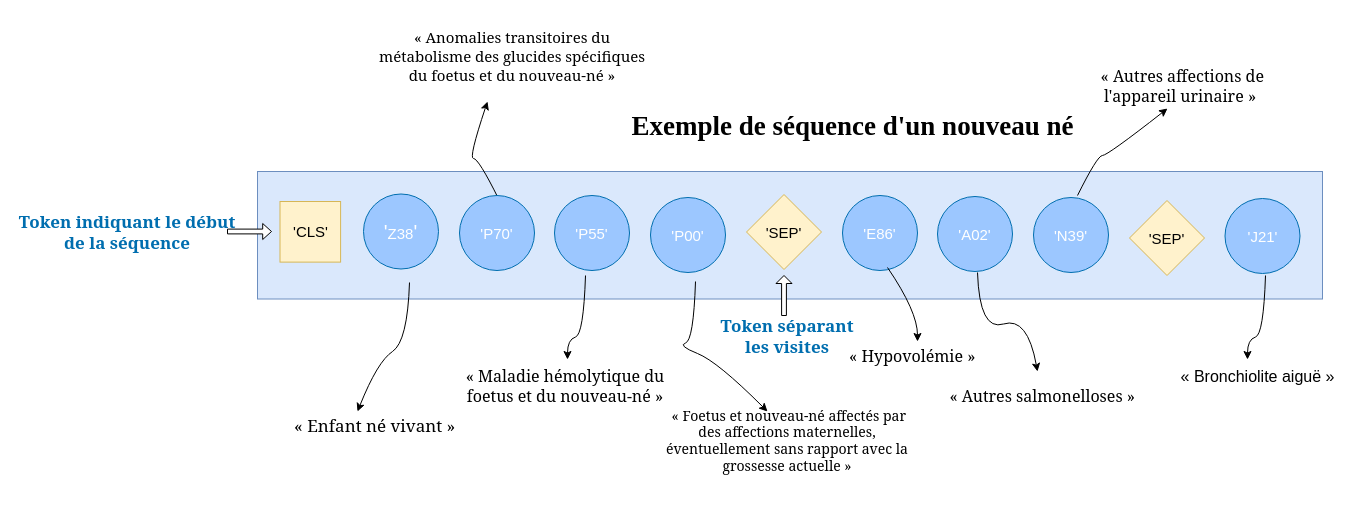
Before: ex_séquence.drawio in Basso42/BEHRT, a draw.io diagram. Source tidied: cells renumbered, new cells numbered last; positions are measured from the earlier drawing's top-left corner, leaving out a move shared by most shapes. Both pictures are drawn from the tidied source at 100%, with x=0, y=0 at pixel (17, 41).
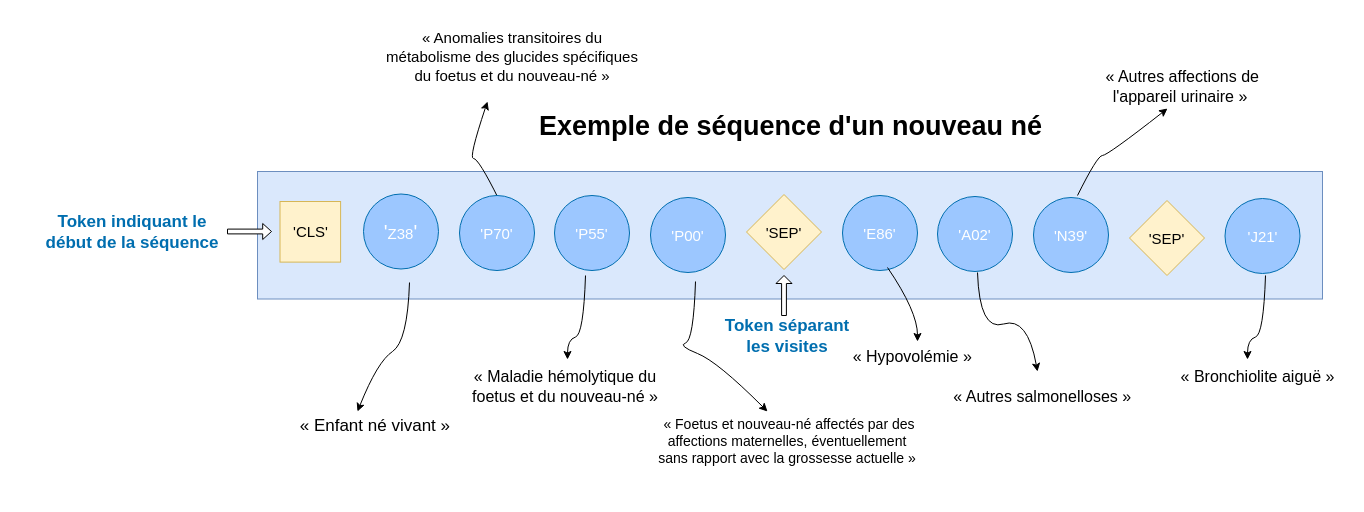
The same page after the edit.

Commit message:
Mettre à jour ex_séquence.drawio

Change to the diagram source:
```diff
@@
-    <mxCell id="3" value="&lt;div style=&quot;font-size: 27px;&quot;&gt;&lt;font style=&quot;font-size: 27px;&quot; face=&quot;Times New Roman&quot;&gt;&lt;b&gt;Exemple de séquence d'un nouveau né&lt;/b&gt;&lt;/font&gt;&lt;/div&gt;" style="text;html=1;align=center;verticalAlign=middle;strokeColor=none;fillColor=none;fontSize=26;fontFamily=Garamond;" parent="1" vertex="1">
-      <mxGeometry x="600" y="60" width="470" height="50" as="geometry" />
+    <mxCell id="3" value="&lt;div style=&quot;font-size: 27px;&quot;&gt;&lt;font face=&quot;Helvetica&quot; style=&quot;font-size: 27px;&quot;&gt;&lt;b&gt;Exemple de séquence d'un nouveau né&lt;/b&gt;&lt;/font&gt;&lt;/div&gt;" style="text;html=1;align=center;verticalAlign=middle;strokeColor=none;fillColor=none;fontSize=26;fontFamily=Garamond;" parent="1" vertex="1">
+      <mxGeometry x="508" y="60" width="530" height="50" as="geometry" />
     </mxCell>
@@
-    <mxCell id="5" value="&lt;font face=&quot;Georgia&quot; style=&quot;font-size: 17px;&quot;&gt;&amp;nbsp;« Enfant né vivant »&lt;br&gt;&lt;/font&gt;" style="text;html=1;align=center;verticalAlign=middle;strokeColor=none;fillColor=none;" parent="1" vertex="1">
+    <mxCell id="5" value="&lt;font style=&quot;font-size: 17px;&quot;&gt;&amp;nbsp;« Enfant né vivant »&lt;/font&gt;&lt;font style=&quot;font-size: 17px;&quot;&gt;&lt;br&gt;&lt;/font&gt;" style="text;html=1;align=center;verticalAlign=middle;strokeColor=none;fillColor=none;" parent="1" vertex="1">
       <mxGeometry x="265" y="370" width="180" height="30" as="geometry" />
     </mxCell>
-    <mxCell id="6" value="&lt;h1 style=&quot;font-size: 16px;&quot;&gt;&lt;font face=&quot;Georgia&quot; style=&quot;font-size: 15px;&quot;&gt;&lt;span style=&quot;font-weight: normal;&quot;&gt;« Anomalies transitoires du métabolisme des glucides spécifiques du foetus et du nouveau-né »&lt;br&gt;&lt;/span&gt;&lt;/font&gt;&lt;/h1&gt;" style="text;html=1;strokeColor=none;fillColor=none;align=center;verticalAlign=middle;whiteSpace=wrap;rounded=0;fontSize=15;" parent="1" vertex="1">
+    <mxCell id="6" value="&lt;h1 style=&quot;font-size: 16px;&quot;&gt;&lt;font style=&quot;font-size: 15px;&quot;&gt;&lt;span style=&quot;font-weight: normal;&quot;&gt;« Anomalies transitoires du métabolisme des glucides spécifiques du foetus et du nouveau-né »&lt;br&gt;&lt;/span&gt;&lt;/font&gt;&lt;/h1&gt;" style="text;html=1;strokeColor=none;fillColor=none;align=center;verticalAlign=middle;whiteSpace=wrap;rounded=0;fontSize=15;" parent="1" vertex="1">
       <mxGeometry x="360" width="270" height="30" as="geometry" />
     </mxCell>
-    <mxCell id="7" value="&lt;h1 style=&quot;font-size: 16px;&quot;&gt;&lt;font face=&quot;Georgia&quot; style=&quot;font-size: 16px;&quot;&gt;&lt;span style=&quot;&quot;&gt;&lt;span style=&quot;font-weight: normal;&quot;&gt;« Maladie hémolytique du foetus et du nouveau-né »&lt;/span&gt;&lt;/span&gt;&lt;font style=&quot;font-size: 15px;&quot;&gt;&lt;br&gt;&lt;/font&gt;&lt;/font&gt;&lt;/h1&gt;" style="text;html=1;strokeColor=none;fillColor=none;align=center;verticalAlign=middle;whiteSpace=wrap;rounded=0;fontSize=15;" parent="1" vertex="1">
+    <mxCell id="7" value="&lt;h1 style=&quot;font-size: 16px;&quot;&gt;&lt;font style=&quot;font-size: 16px;&quot;&gt;&lt;span style=&quot;&quot;&gt;&lt;span style=&quot;font-weight: normal;&quot;&gt;« Maladie hémolytique du foetus et du nouveau-né »&lt;/span&gt;&lt;/span&gt;&lt;font style=&quot;font-size: 15px;&quot;&gt;&lt;br&gt;&lt;/font&gt;&lt;/font&gt;&lt;/h1&gt;" style="text;html=1;strokeColor=none;fillColor=none;align=center;verticalAlign=middle;whiteSpace=wrap;rounded=0;fontSize=15;" parent="1" vertex="1">
       <mxGeometry x="445" y="330" width="206" height="30" as="geometry" />
     </mxCell>
@@
-    <mxCell id="11" value="&lt;h1 style=&quot;font-size: 14px;&quot;&gt;&lt;font style=&quot;font-size: 14px;&quot; face=&quot;Georgia&quot;&gt;&amp;nbsp;&lt;font style=&quot;font-size: 14px;&quot;&gt;&lt;span style=&quot;font-weight: normal;&quot;&gt;« Foetus et nouveau-né affectés par des affections maternelles, éventuellement sans rapport avec la grossesse actuelle »&lt;br&gt;&lt;/span&gt;&lt;/font&gt;&lt;/font&gt;&lt;/h1&gt;&lt;h1 style=&quot;&quot;&gt;&lt;font face=&quot;Georgia&quot; style=&quot;font-size: 15px;&quot;&gt;&lt;font style=&quot;font-size: 15px;&quot;&gt;&lt;/font&gt;&lt;/font&gt;&lt;/h1&gt;" style="text;html=1;strokeColor=none;fillColor=none;align=center;verticalAlign=middle;whiteSpace=wrap;rounded=0;fontSize=15;" parent="1" vertex="1">
+    <mxCell id="11" value="&lt;h1 style=&quot;font-size: 14px;&quot;&gt;&lt;font style=&quot;font-size: 14px;&quot;&gt;&amp;nbsp;&lt;font style=&quot;font-size: 14px;&quot;&gt;&lt;span style=&quot;font-weight: normal;&quot;&gt;« Foetus et nouveau-né affectés par des affections maternelles, éventuellement sans rapport avec la grossesse actuelle »&lt;br&gt;&lt;/span&gt;&lt;/font&gt;&lt;/font&gt;&lt;/h1&gt;&lt;h1 style=&quot;&quot;&gt;&lt;font style=&quot;font-size: 15px;&quot;&gt;&lt;font style=&quot;font-size: 15px;&quot;&gt;&lt;/font&gt;&lt;/font&gt;&lt;/h1&gt;" style="text;html=1;strokeColor=none;fillColor=none;align=center;verticalAlign=middle;whiteSpace=wrap;rounded=0;fontSize=15;" parent="1" vertex="1">
       <mxGeometry x="640" y="390" width="260" height="30" as="geometry" />
     </mxCell>
-    <mxCell id="12" value="&lt;font size=&quot;1&quot; color=&quot;#006eaf&quot; face=&quot;Georgia&quot;&gt;&lt;b&gt;&lt;font style=&quot;font-size: 17px;&quot;&gt;Token indiquant le début de la séquence&lt;/font&gt;&lt;/b&gt;&lt;/font&gt;" style="text;html=1;strokeColor=none;fillColor=none;align=center;verticalAlign=middle;whiteSpace=wrap;rounded=0;" parent="1" vertex="1">
-      <mxGeometry y="175.5" width="220" height="30" as="geometry" />
+    <mxCell id="12" value="&lt;font size=&quot;1&quot; color=&quot;#006eaf&quot;&gt;&lt;b&gt;&lt;font style=&quot;font-size: 17px;&quot;&gt;Token indiquant le début de la séquence&lt;/font&gt;&lt;/b&gt;&lt;/font&gt;" style="text;html=1;strokeColor=none;fillColor=none;align=center;verticalAlign=middle;whiteSpace=wrap;rounded=0;" parent="1" vertex="1">
+      <mxGeometry x="20" y="175.5" width="190" height="30" as="geometry" />
     </mxCell>
@@
-    <mxCell id="25" value="&lt;font size=&quot;1&quot; color=&quot;#006eaf&quot; face=&quot;Georgia&quot;&gt;&lt;b&gt;&lt;font style=&quot;font-size: 17px;&quot;&gt;Token séparant les visites&lt;br&gt;&lt;/font&gt;&lt;/b&gt;&lt;/font&gt;" style="text;html=1;strokeColor=none;fillColor=none;align=center;verticalAlign=middle;whiteSpace=wrap;rounded=0;" parent="1" vertex="1">
+    <mxCell id="25" value="&lt;font size=&quot;1&quot; color=&quot;#006eaf&quot;&gt;&lt;b&gt;&lt;font style=&quot;font-size: 17px;&quot;&gt;Token séparant les visites&lt;/font&gt;&lt;/b&gt;&lt;/font&gt;&lt;font size=&quot;1&quot; color=&quot;#006eaf&quot;&gt;&lt;b&gt;&lt;font style=&quot;font-size: 17px;&quot;&gt;&lt;br&gt;&lt;/font&gt;&lt;/b&gt;&lt;/font&gt;" style="text;html=1;strokeColor=none;fillColor=none;align=center;verticalAlign=middle;whiteSpace=wrap;rounded=0;" parent="1" vertex="1">
       <mxGeometry x="695" y="280" width="150" height="30" as="geometry" />
     </mxCell>
@@
-    <mxCell id="29" value="&lt;h1 style=&quot;font-size: 16px;&quot;&gt;&lt;font style=&quot;font-size: 16px;&quot;&gt;&amp;nbsp;&lt;font style=&quot;font-size: 16px;&quot; face=&quot;Georgia&quot;&gt;&lt;font style=&quot;font-size: 16px;&quot;&gt;&lt;span style=&quot;font-weight: normal;&quot;&gt;« Hypovolémie »&lt;/span&gt;&lt;br&gt;&lt;/font&gt;&lt;/font&gt;&lt;/font&gt;&lt;/h1&gt;" style="text;html=1;strokeColor=none;fillColor=none;align=center;verticalAlign=middle;whiteSpace=wrap;rounded=0;fontSize=15;" parent="1" vertex="1">
+    <mxCell id="29" value="&lt;h1 style=&quot;font-size: 16px;&quot;&gt;&lt;font style=&quot;font-size: 16px;&quot;&gt;&amp;nbsp;&lt;font style=&quot;font-size: 16px;&quot;&gt;&lt;font style=&quot;font-size: 16px;&quot;&gt;&lt;span style=&quot;font-weight: normal;&quot;&gt;« Hypovolémie »&lt;/span&gt;&lt;/font&gt;&lt;/font&gt;&lt;font style=&quot;font-size: 16px;&quot;&gt;&lt;font style=&quot;font-size: 16px;&quot;&gt;&lt;br&gt;&lt;/font&gt;&lt;/font&gt;&lt;/font&gt;&lt;/h1&gt;" style="text;html=1;strokeColor=none;fillColor=none;align=center;verticalAlign=middle;whiteSpace=wrap;rounded=0;fontSize=15;" parent="1" vertex="1">
       <mxGeometry x="790" y="300" width="206" height="30" as="geometry" />
     </mxCell>
@@
-    <mxCell id="31" value="&lt;h1 style=&quot;font-size: 16px;&quot;&gt;&lt;font style=&quot;font-size: 16px;&quot;&gt;&amp;nbsp;&lt;font style=&quot;font-size: 16px;&quot; face=&quot;Georgia&quot;&gt;&lt;font style=&quot;font-size: 16px;&quot;&gt;&lt;span style=&quot;font-weight: normal;&quot;&gt;« Autres salmonelloses »&lt;/span&gt;&lt;br&gt;&lt;/font&gt;&lt;/font&gt;&lt;/font&gt;&lt;/h1&gt;" style="text;html=1;strokeColor=none;fillColor=none;align=center;verticalAlign=middle;whiteSpace=wrap;rounded=0;fontSize=15;" parent="1" vertex="1">
+    <mxCell id="31" value="&lt;h1 style=&quot;font-size: 16px;&quot;&gt;&lt;font style=&quot;font-size: 16px;&quot;&gt;&amp;nbsp;&lt;font style=&quot;font-size: 16px;&quot;&gt;&lt;font style=&quot;font-size: 16px;&quot;&gt;&lt;span style=&quot;font-weight: normal;&quot;&gt;« Autres salmonelloses »&lt;/span&gt;&lt;br&gt;&lt;/font&gt;&lt;/font&gt;&lt;/font&gt;&lt;/h1&gt;" style="text;html=1;strokeColor=none;fillColor=none;align=center;verticalAlign=middle;whiteSpace=wrap;rounded=0;fontSize=15;" parent="1" vertex="1">
       <mxGeometry x="920" y="340" width="206" height="30" as="geometry" />
     </mxCell>
@@
-    <mxCell id="33" value="&lt;h1 style=&quot;font-size: 16px;&quot;&gt;&lt;font style=&quot;font-size: 16px;&quot;&gt;&amp;nbsp;&lt;font style=&quot;font-size: 16px;&quot; face=&quot;Georgia&quot;&gt;&lt;font style=&quot;font-size: 16px;&quot;&gt;&lt;span style=&quot;font-weight: normal;&quot;&gt;« Autres affections de l'appareil urinaire »&lt;/span&gt;&lt;br&gt;&lt;/font&gt;&lt;/font&gt;&lt;/font&gt;&lt;/h1&gt;" style="text;html=1;strokeColor=none;fillColor=none;align=center;verticalAlign=middle;whiteSpace=wrap;rounded=0;fontSize=15;" parent="1" vertex="1">
+    <mxCell id="33" value="&lt;h1 style=&quot;font-size: 16px;&quot;&gt;&lt;font style=&quot;font-size: 16px;&quot;&gt;&amp;nbsp;&lt;font style=&quot;font-size: 16px;&quot;&gt;&lt;font style=&quot;font-size: 16px;&quot;&gt;&lt;span style=&quot;font-weight: normal;&quot;&gt;« Autres affections de l'appareil urinaire »&lt;/span&gt;&lt;br&gt;&lt;/font&gt;&lt;/font&gt;&lt;/font&gt;&lt;/h1&gt;" style="text;html=1;strokeColor=none;fillColor=none;align=center;verticalAlign=middle;whiteSpace=wrap;rounded=0;fontSize=15;" parent="1" vertex="1">
       <mxGeometry x="1060" y="30" width="206" height="30" as="geometry" />
     </mxCell>
```
